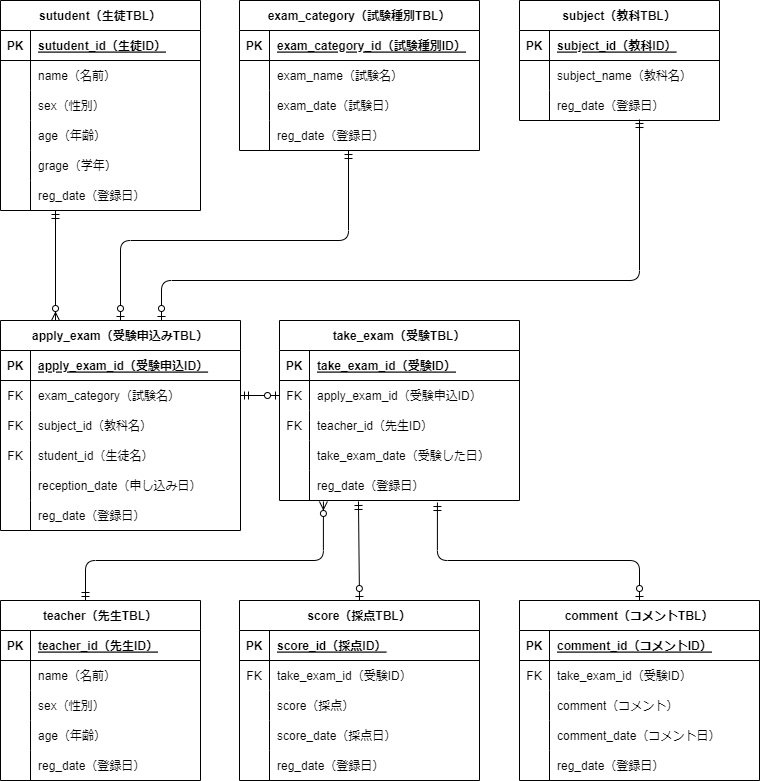
Before: Untitled-1.drawio.png, a diagram exported from draw.io (takahiro0501/coachteck_ER). Source tidied: cells renumbered, new cells last; positions are measured from the earlier drawing's top-left corner, leaving out a move shared by most shapes.
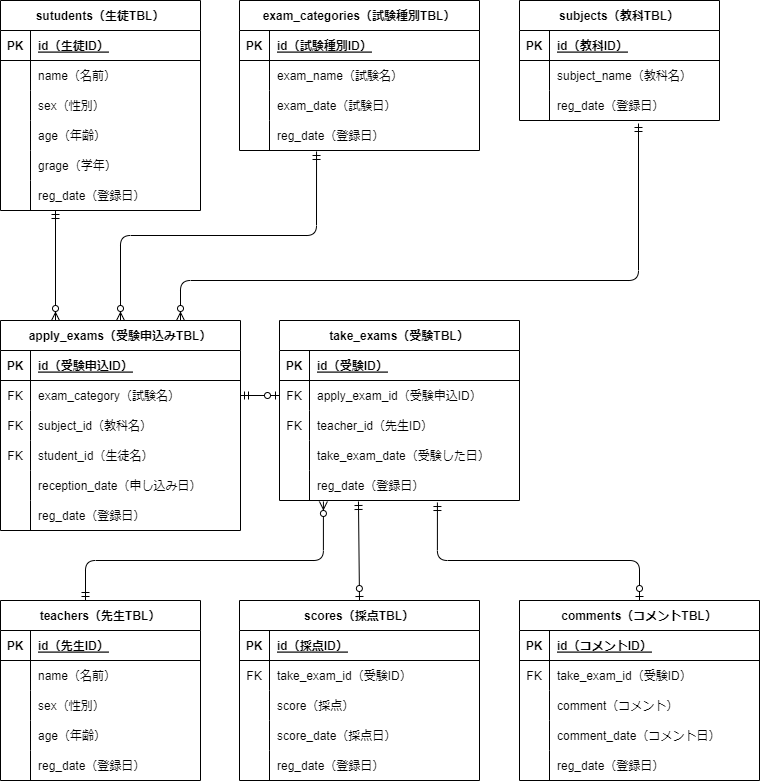
Above is the later version.

Change to the diagram source:
```diff
@@ -2,7 +2,7 @@
   <root>
     <mxCell id="0" />
     <mxCell id="1" parent="0" />
-    <mxCell id="2" value="sutudent（生徒TBL）" style="shape=table;startSize=30;rowLines=0;fontStyle=1;align=center;" parent="1" vertex="1">
+    <mxCell id="2" value="sutudents（生徒TBL）" style="shape=table;startSize=30;rowLines=0;fontStyle=1;align=center;" parent="1" vertex="1">
       <mxGeometry width="200" height="210" as="geometry" />
     </mxCell>
     <mxCell id="3" style="shape=partialRectangle;fillColor=none;top=0;left=0;bottom=1;right=0;" parent="2" vertex="1">
@@ -11,7 +11,7 @@
     <mxCell id="4" value="PK" style="shape=partialRectangle;fillColor=none;top=0;left=0;bottom=0;right=0;fontStyle=1;overflow=hidden;" parent="3" vertex="1">
       <mxGeometry width="30" height="30" as="geometry" />
     </mxCell>
-    <mxCell id="5" value="sutudent_id（生徒ID）" style="shape=partialRectangle;fillColor=none;top=0;left=0;bottom=0;right=0;align=left;spacingLeft=6;fontStyle=5;overflow=hidden;" parent="3" vertex="1">
+    <mxCell id="5" value="id（生徒ID）" style="shape=partialRectangle;fillColor=none;top=0;left=0;bottom=0;right=0;align=left;spacingLeft=6;fontStyle=5;overflow=hidden;" parent="3" vertex="1">
       <mxGeometry x="30" width="170" height="30" as="geometry" />
     </mxCell>
     <mxCell id="6" style="shape=partialRectangle;fillColor=none;top=0;left=0;bottom=0;right=0;" parent="2" vertex="1">
@@ -59,7 +59,7 @@
     <mxCell id="20" value="reg_date（登録日）" style="shape=partialRectangle;fillColor=none;top=0;left=0;bottom=0;right=0;align=left;spacingLeft=6;overflow=hidden;" parent="18" vertex="1">
       <mxGeometry x="30" width="170" height="30" as="geometry" />
     </mxCell>
-    <mxCell id="21" value="teacher（先生TBL）" style="shape=table;startSize=30;rowLines=0;fontStyle=1;align=center;" parent="1" vertex="1">
+    <mxCell id="21" value="teachers（先生TBL）" style="shape=table;startSize=30;rowLines=0;fontStyle=1;align=center;" parent="1" vertex="1">
       <mxGeometry y="600" width="200" height="180" as="geometry" />
     </mxCell>
     <mxCell id="22" style="shape=partialRectangle;fillColor=none;top=0;left=0;bottom=1;right=0;" parent="21" vertex="1">
@@ -68,7 +68,7 @@
     <mxCell id="23" value="PK" style="shape=partialRectangle;fillColor=none;top=0;left=0;bottom=0;right=0;fontStyle=1;overflow=hidden;" parent="22" vertex="1">
       <mxGeometry width="30" height="30" as="geometry" />
     </mxCell>
-    <mxCell id="24" value="teacher_id（先生ID）" style="shape=partialRectangle;fillColor=none;top=0;left=0;bottom=0;right=0;align=left;spacingLeft=6;fontStyle=5;overflow=hidden;" parent="22" vertex="1">
+    <mxCell id="24" value="id（先生ID）" style="shape=partialRectangle;fillColor=none;top=0;left=0;bottom=0;right=0;align=left;spacingLeft=6;fontStyle=5;overflow=hidden;" parent="22" vertex="1">
       <mxGeometry x="30" width="170" height="30" as="geometry" />
     </mxCell>
     <mxCell id="25" style="shape=partialRectangle;fillColor=none;top=0;left=0;bottom=0;right=0;" parent="21" vertex="1">
@@ -107,7 +107,7 @@
     <mxCell id="36" value="reg_date（登録日）" style="shape=partialRectangle;fillColor=none;top=0;left=0;bottom=0;right=0;align=left;spacingLeft=6;overflow=hidden;" parent="34" vertex="1">
       <mxGeometry x="30" width="170" height="30" as="geometry" />
     </mxCell>
-    <mxCell id="37" value="exam_category（試験種別TBL）" style="shape=table;startSize=30;rowLines=0;fontStyle=1;align=center;" parent="1" vertex="1">
+    <mxCell id="37" value="exam_categories（試験種別TBL）" style="shape=table;startSize=30;rowLines=0;fontStyle=1;align=center;" parent="1" vertex="1">
       <mxGeometry x="239" width="240" height="150" as="geometry" />
     </mxCell>
     <mxCell id="38" style="shape=partialRectangle;fillColor=none;top=0;left=0;bottom=1;right=0;" parent="37" vertex="1">
@@ -116,7 +116,7 @@
     <mxCell id="39" value="PK" style="shape=partialRectangle;fillColor=none;top=0;left=0;bottom=0;right=0;fontStyle=1;overflow=hidden;" parent="38" vertex="1">
       <mxGeometry width="30" height="30" as="geometry" />
     </mxCell>
-    <mxCell id="40" value="exam_category_id（試験種別ID）" style="shape=partialRectangle;fillColor=none;top=0;left=0;bottom=0;right=0;align=left;spacingLeft=6;fontStyle=5;overflow=hidden;" parent="38" vertex="1">
+    <mxCell id="40" value="id（試験種別ID）" style="shape=partialRectangle;fillColor=none;top=0;left=0;bottom=0;right=0;align=left;spacingLeft=6;fontStyle=5;overflow=hidden;" parent="38" vertex="1">
       <mxGeometry x="30" width="210" height="30" as="geometry" />
     </mxCell>
     <mxCell id="41" style="shape=partialRectangle;fillColor=none;top=0;left=0;bottom=0;right=0;" parent="37" vertex="1">
@@ -146,7 +146,7 @@
     <mxCell id="49" value="reg_date（登録日）" style="shape=partialRectangle;fillColor=none;top=0;left=0;bottom=0;right=0;align=left;spacingLeft=6;overflow=hidden;" parent="47" vertex="1">
       <mxGeometry x="30" width="210" height="30" as="geometry" />
     </mxCell>
-    <mxCell id="50" value="subject（教科TBL）" style="shape=table;startSize=30;rowLines=0;fontStyle=1;align=center;" parent="1" vertex="1">
+    <mxCell id="50" value="subjects（教科TBL）" style="shape=table;startSize=30;rowLines=0;fontStyle=1;align=center;" parent="1" vertex="1">
       <mxGeometry x="519" width="200" height="120" as="geometry" />
     </mxCell>
     <mxCell id="51" style="shape=partialRectangle;fillColor=none;top=0;left=0;bottom=1;right=0;" parent="50" vertex="1">
@@ -155,7 +155,7 @@
     <mxCell id="52" value="PK" style="shape=partialRectangle;fillColor=none;top=0;left=0;bottom=0;right=0;fontStyle=1;overflow=hidden;" parent="51" vertex="1">
       <mxGeometry width="30" height="30" as="geometry" />
     </mxCell>
-    <mxCell id="53" value="subject_id（教科ID）" style="shape=partialRectangle;fillColor=none;top=0;left=0;bottom=0;right=0;align=left;spacingLeft=6;fontStyle=5;overflow=hidden;" parent="51" vertex="1">
+    <mxCell id="53" value="id（教科ID）" style="shape=partialRectangle;fillColor=none;top=0;left=0;bottom=0;right=0;align=left;spacingLeft=6;fontStyle=5;overflow=hidden;" parent="51" vertex="1">
       <mxGeometry x="30" width="170" height="30" as="geometry" />
     </mxCell>
     <mxCell id="54" style="shape=partialRectangle;fillColor=none;top=0;left=0;bottom=0;right=0;" parent="50" vertex="1">
@@ -176,7 +176,7 @@
     <mxCell id="59" value="reg_date（登録日）" style="shape=partialRectangle;fillColor=none;top=0;left=0;bottom=0;right=0;align=left;spacingLeft=6;overflow=hidden;" parent="57" vertex="1">
       <mxGeometry x="30" width="170" height="30" as="geometry" />
     </mxCell>
-    <mxCell id="60" value="apply_exam（受験申込みTBL）" style="shape=table;startSize=30;rowLines=0;fontStyle=1;align=center;" parent="1" vertex="1">
+    <mxCell id="60" value="apply_exams（受験申込みTBL）" style="shape=table;startSize=30;rowLines=0;fontStyle=1;align=center;" parent="1" vertex="1">
       <mxGeometry y="320" width="240" height="210" as="geometry" />
     </mxCell>
     <mxCell id="61" style="shape=partialRectangle;fillColor=none;top=0;left=0;bottom=1;right=0;" parent="60" vertex="1">
@@ -185,7 +185,7 @@
     <mxCell id="62" value="PK" style="shape=partialRectangle;fillColor=none;top=0;left=0;bottom=0;right=0;fontStyle=1;overflow=hidden;" parent="61" vertex="1">
       <mxGeometry width="30" height="30" as="geometry" />
     </mxCell>
-    <mxCell id="63" value="apply_exam_id（受験申込ID）" style="shape=partialRectangle;fillColor=none;top=0;left=0;bottom=0;right=0;align=left;spacingLeft=6;fontStyle=5;overflow=hidden;" parent="61" vertex="1">
+    <mxCell id="63" value="id（受験申込ID）" style="shape=partialRectangle;fillColor=none;top=0;left=0;bottom=0;right=0;align=left;spacingLeft=6;fontStyle=5;overflow=hidden;" parent="61" vertex="1">
       <mxGeometry x="30" width="210" height="30" as="geometry" />
     </mxCell>
     <mxCell id="64" style="shape=partialRectangle;fillColor=none;top=0;left=0;bottom=0;right=0;points=[[0,0.5],[1,0.5]];portConstraint=eastwest;" parent="60" vertex="1">
@@ -233,7 +233,7 @@
     <mxCell id="78" value="reg_date（登録日）" style="shape=partialRectangle;fillColor=none;top=0;left=0;bottom=0;right=0;align=left;spacingLeft=6;overflow=hidden;" parent="76" vertex="1">
       <mxGeometry x="30" width="210" height="30" as="geometry" />
     </mxCell>
-    <mxCell id="79" value="take_exam（受験TBL）" style="shape=table;startSize=30;rowLines=0;fontStyle=1;align=center;" parent="1" vertex="1">
+    <mxCell id="79" value="take_exams（受験TBL）" style="shape=table;startSize=30;rowLines=0;fontStyle=1;align=center;" parent="1" vertex="1">
       <mxGeometry x="279" y="320" width="240" height="180" as="geometry" />
     </mxCell>
     <mxCell id="80" style="shape=partialRectangle;fillColor=none;top=0;left=0;bottom=1;right=0;" parent="79" vertex="1">
@@ -242,7 +242,7 @@
     <mxCell id="81" value="PK" style="shape=partialRectangle;fillColor=none;top=0;left=0;bottom=0;right=0;fontStyle=1;overflow=hidden;" parent="80" vertex="1">
       <mxGeometry width="30" height="30" as="geometry" />
     </mxCell>
-    <mxCell id="82" value="take_exam_id（受験ID）" style="shape=partialRectangle;fillColor=none;top=0;left=0;bottom=0;right=0;align=left;spacingLeft=6;fontStyle=5;overflow=hidden;" parent="80" vertex="1">
+    <mxCell id="82" value="id（受験ID）" style="shape=partialRectangle;fillColor=none;top=0;left=0;bottom=0;right=0;align=left;spacingLeft=6;fontStyle=5;overflow=hidden;" parent="80" vertex="1">
       <mxGeometry x="30" width="210" height="30" as="geometry" />
     </mxCell>
     <mxCell id="83" style="shape=partialRectangle;fillColor=none;top=0;left=0;bottom=0;right=0;points=[[0,0.5],[1,0.5]];portConstraint=eastwest;" parent="79" vertex="1">
@@ -281,7 +281,7 @@
     <mxCell id="94" value="reg_date（登録日）" style="shape=partialRectangle;fillColor=none;top=0;left=0;bottom=0;right=0;align=left;spacingLeft=6;overflow=hidden;" parent="92" vertex="1">
       <mxGeometry x="30" width="210" height="30" as="geometry" />
     </mxCell>
-    <mxCell id="95" value="score（採点TBL）" style="shape=table;startSize=30;rowLines=0;fontStyle=1;align=center;" parent="1" vertex="1">
+    <mxCell id="95" value="scores（採点TBL）" style="shape=table;startSize=30;rowLines=0;fontStyle=1;align=center;" parent="1" vertex="1">
       <mxGeometry x="239" y="600" width="240" height="180" as="geometry" />
     </mxCell>
     <mxCell id="96" style="shape=partialRectangle;fillColor=none;top=0;left=0;bottom=1;right=0;" parent="95" vertex="1">
@@ -290,7 +290,7 @@
     <mxCell id="97" value="PK" style="shape=partialRectangle;fillColor=none;top=0;left=0;bottom=0;right=0;fontStyle=1;overflow=hidden;" parent="96" vertex="1">
       <mxGeometry width="30" height="30" as="geometry" />
     </mxCell>
-    <mxCell id="98" value="score_id（採点ID）" style="shape=partialRectangle;fillColor=none;top=0;left=0;bottom=0;right=0;align=left;spacingLeft=6;fontStyle=5;overflow=hidden;" parent="96" vertex="1">
+    <mxCell id="98" value="id（採点ID）" style="shape=partialRectangle;fillColor=none;top=0;left=0;bottom=0;right=0;align=left;spacingLeft=6;fontStyle=5;overflow=hidden;" parent="96" vertex="1">
       <mxGeometry x="30" width="210" height="30" as="geometry" />
     </mxCell>
     <mxCell id="99" style="shape=partialRectangle;fillColor=none;top=0;left=0;bottom=0;right=0;" parent="95" vertex="1">
@@ -329,7 +329,7 @@
     <mxCell id="110" value="reg_date（登録日）" style="shape=partialRectangle;fillColor=none;top=0;left=0;bottom=0;right=0;align=left;spacingLeft=6;overflow=hidden;" parent="108" vertex="1">
       <mxGeometry x="30" width="210" height="30" as="geometry" />
     </mxCell>
-    <mxCell id="111" value="comment（コメントTBL）" style="shape=table;startSize=30;rowLines=0;fontStyle=1;align=center;" parent="1" vertex="1">
+    <mxCell id="111" value="comments（コメントTBL）" style="shape=table;startSize=30;rowLines=0;fontStyle=1;align=center;" parent="1" vertex="1">
       <mxGeometry x="519" y="600" width="240" height="180" as="geometry" />
     </mxCell>
     <mxCell id="112" style="shape=partialRectangle;fillColor=none;top=0;left=0;bottom=1;right=0;" parent="111" vertex="1">
@@ -338,7 +338,7 @@
     <mxCell id="113" value="PK" style="shape=partialRectangle;fillColor=none;top=0;left=0;bottom=0;right=0;fontStyle=1;overflow=hidden;" parent="112" vertex="1">
       <mxGeometry width="30" height="30" as="geometry" />
     </mxCell>
-    <mxCell id="114" value="comment_id（コメントID）" style="shape=partialRectangle;fillColor=none;top=0;left=0;bottom=0;right=0;align=left;spacingLeft=6;fontStyle=5;overflow=hidden;" parent="112" vertex="1">
+    <mxCell id="114" value="id（コメントID）" style="shape=partialRectangle;fillColor=none;top=0;left=0;bottom=0;right=0;align=left;spacingLeft=6;fontStyle=5;overflow=hidden;" parent="112" vertex="1">
       <mxGeometry x="30" width="210" height="30" as="geometry" />
     </mxCell>
     <mxCell id="115" style="shape=partialRectangle;fillColor=none;top=0;left=0;bottom=0;right=0;" parent="111" vertex="1">
@@ -394,24 +394,6 @@
         <mxPoint x="55" y="320" as="targetPoint" />
       </mxGeometry>
     </mxCell>
-    <mxCell id="130" style="edgeStyle=orthogonalEdgeStyle;fontSize=12;html=1;endArrow=ERzeroToOne;startArrow=ERmandOne;fontFamily=Helvetica;fontColor=default;entryX=0.5;entryY=0;entryDx=0;entryDy=0;" parent="1" edge="1" target="60">
-      <mxGeometry relative="1" as="geometry">
-        <mxPoint x="348" y="150" as="sourcePoint" />
-        <Array as="points">
-          <mxPoint x="348" y="240" />
-          <mxPoint x="120" y="240" />
-        </Array>
-      </mxGeometry>
-    </mxCell>
-    <mxCell id="131" style="edgeStyle=orthogonalEdgeStyle;fontSize=12;html=1;endArrow=ERzeroToOne;startArrow=ERmandOne;fontFamily=Helvetica;fontColor=default;exitX=0.6;exitY=0.967;exitDx=0;exitDy=0;exitPerimeter=0;" parent="1" edge="1" source="57">
-      <mxGeometry relative="1" as="geometry">
-        <mxPoint x="161" y="320" as="targetPoint" />
-        <Array as="points">
-          <mxPoint x="639" y="280" />
-          <mxPoint x="161" y="280" />
-        </Array>
-      </mxGeometry>
-    </mxCell>
     <mxCell id="132" style="edgeStyle=entityRelationEdgeStyle;fontSize=12;html=1;endArrow=ERzeroToOne;startArrow=ERmandOne;fontFamily=Helvetica;fontColor=default;exitX=1;exitY=0.5;exitDx=0;exitDy=0;entryX=0;entryY=0.5;entryDx=0;entryDy=0;" parent="1" edge="1" source="64" target="83">
       <mxGeometry relative="1" as="geometry" />
     </mxCell>
@@ -423,5 +405,16 @@
         </Array>
       </mxGeometry>
     </mxCell>
+    <mxCell id="134" style="edgeStyle=orthogonalEdgeStyle;fontSize=12;html=1;endArrow=ERzeroToMany;startArrow=ERmandOne;exitX=0.321;exitY=1.033;exitDx=0;exitDy=0;exitPerimeter=0;entryX=0.5;entryY=0;entryDx=0;entryDy=0;" parent="1" edge="1" source="47" target="60">
+      <mxGeometry relative="1" as="geometry" />
+    </mxCell>
+    <mxCell id="135" style="edgeStyle=orthogonalEdgeStyle;fontSize=12;html=1;endArrow=ERzeroToMany;startArrow=ERmandOne;exitX=0.595;exitY=1.1;exitDx=0;exitDy=0;exitPerimeter=0;entryX=0.75;entryY=0;entryDx=0;entryDy=0;" parent="1" edge="1" source="57" target="60">
+      <mxGeometry relative="1" as="geometry">
+        <Array as="points">
+          <mxPoint x="638" y="280" />
+          <mxPoint x="180" y="280" />
+        </Array>
+      </mxGeometry>
+    </mxCell>
   </root>
 </mxGraphModel>
```
